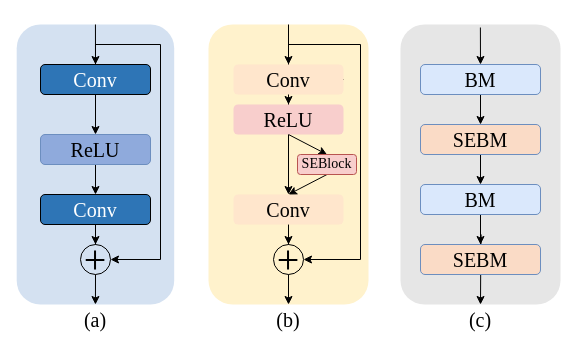
Above: 锁.drawio in ZhangHaoyang493/pansharpening_codebook (draw.io), before the change. Source tidied: cells renumbered, new cells numbered last; positions are measured from the earlier drawing's top-left corner, leaving out a move shared by most shapes. Both pictures are drawn from the tidied source at 100%, with x=0, y=0 at pixel (16, 24).
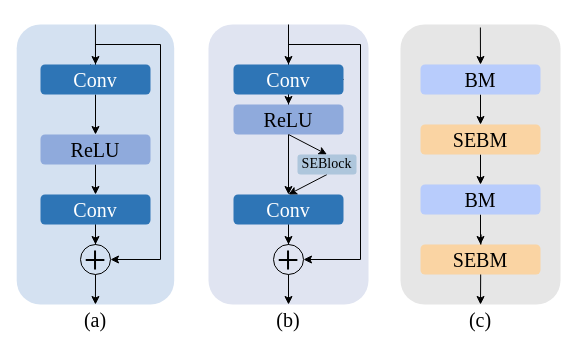
The same diagram, later.

Diff of the diagram source:
```diff
@@
-    <mxCell id="2" style="group;" parent="1" vertex="1">
-      <mxGeometry x="384" width="160" height="310" as="geometry" />
-    </mxCell>
-    <mxCell id="3" style="rounded=1;whiteSpace=wrap;html=1;fillColor=#E6E6E6;strokeColor=none;" parent="2" vertex="1">
-      <mxGeometry width="160" height="280" as="geometry" />
+    <mxCell id="3" style="rounded=1;whiteSpace=wrap;html=1;fillColor=#E6E6E6;strokeColor=none;" parent="1" vertex="1">
+      <mxGeometry x="384" width="160" height="280" as="geometry" />
     </mxCell>
-    <mxCell id="4" style="edgeStyle=orthogonalEdgeStyle;rounded=0;jettySize=auto;html=1;entryX=0.5;entryY=0;entryDx=0;entryDy=0;" parent="2" edge="1" source="5" target="9">
+    <mxCell id="4" style="edgeStyle=orthogonalEdgeStyle;rounded=0;jettySize=auto;html=1;entryX=0.5;entryY=0;entryDx=0;entryDy=0;" parent="1" edge="1" source="5" target="9">
       <mxGeometry relative="1" as="geometry" />
     </mxCell>
-    <mxCell id="5" value="&lt;font style=&quot;font-size: 20px;&quot; face=&quot;Times New Roman&quot;&gt;BM&lt;/font&gt;" style="rounded=1;whiteSpace=wrap;html=1;fillColor=#dae8fc;strokeColor=#6c8ebf;flipV=1;" parent="2" vertex="1">
-      <mxGeometry x="20" y="40" width="120" height="30" as="geometry" />
+    <mxCell id="5" value="&lt;font style=&quot;font-size: 20px;&quot; face=&quot;Times New Roman&quot;&gt;BM&lt;/font&gt;" style="rounded=1;whiteSpace=wrap;html=1;fillColor=#B8CCFC;strokeColor=none;flipV=1;" parent="1" vertex="1">
+      <mxGeometry x="404" y="40" width="120" height="30" as="geometry" />
     </mxCell>
-    <mxCell id="6" style="edgeStyle=orthogonalEdgeStyle;rounded=0;jettySize=auto;html=1;entryX=0.5;entryY=0;entryDx=0;entryDy=0;" parent="2" edge="1" source="7" target="11">
+    <mxCell id="6" style="edgeStyle=orthogonalEdgeStyle;rounded=0;jettySize=auto;html=1;entryX=0.5;entryY=0;entryDx=0;entryDy=0;" parent="1" edge="1" source="7" target="11">
       <mxGeometry relative="1" as="geometry" />
     </mxCell>
-    <mxCell id="7" value="&lt;font style=&quot;font-size: 20px;&quot; face=&quot;Times New Roman&quot;&gt;BM&lt;/font&gt;" style="rounded=1;whiteSpace=wrap;html=1;fontSize=20;fillColor=#dae8fc;strokeColor=#6c8ebf;flipV=1;" parent="2" vertex="1">
-      <mxGeometry x="20" y="160" width="120" height="30" as="geometry" />
+    <mxCell id="7" value="&lt;font style=&quot;font-size: 20px;&quot; face=&quot;Times New Roman&quot;&gt;BM&lt;/font&gt;" style="rounded=1;whiteSpace=wrap;html=1;fontSize=20;fillColor=#B8CCFC;strokeColor=none;flipV=1;" parent="1" vertex="1">
+      <mxGeometry x="404" y="160" width="120" height="30" as="geometry" />
     </mxCell>
-    <mxCell id="8" style="edgeStyle=orthogonalEdgeStyle;rounded=0;jettySize=auto;html=1;entryX=0.5;entryY=0;entryDx=0;entryDy=0;" parent="2" edge="1" source="9" target="7">
+    <mxCell id="8" style="edgeStyle=orthogonalEdgeStyle;rounded=0;jettySize=auto;html=1;entryX=0.5;entryY=0;entryDx=0;entryDy=0;" parent="1" edge="1" source="9" target="7">
       <mxGeometry relative="1" as="geometry" />
     </mxCell>
-    <mxCell id="9" value="&lt;font style=&quot;font-size: 20px;&quot; face=&quot;Times New Roman&quot;&gt;SEBM&lt;/font&gt;" style="rounded=1;whiteSpace=wrap;html=1;fillColor=#fadbc6;strokeColor=#6c8ebf;flipV=1;" parent="2" vertex="1">
-      <mxGeometry x="20" y="100" width="120" height="30" as="geometry" />
+    <mxCell id="9" value="&lt;font style=&quot;font-size: 20px;&quot; face=&quot;Times New Roman&quot;&gt;SEBM&lt;/font&gt;" style="rounded=1;whiteSpace=wrap;html=1;fillColor=#FAD4A3;strokeColor=none;flipV=1;" parent="1" vertex="1">
+      <mxGeometry x="404" y="100" width="120" height="30" as="geometry" />
     </mxCell>
-    <mxCell id="10" style="edgeStyle=orthogonalEdgeStyle;rounded=0;jettySize=auto;html=1;entryX=0.5;entryY=1;entryDx=0;entryDy=0;" parent="2" edge="1" target="3">
+    <mxCell id="10" style="edgeStyle=orthogonalEdgeStyle;rounded=0;jettySize=auto;html=1;entryX=0.5;entryY=1;entryDx=0;entryDy=0;" parent="1" edge="1" target="3">
       <mxGeometry relative="1" as="geometry">
-        <mxPoint x="79.9" y="230" as="sourcePoint" />
+        <mxPoint x="463.9" y="230" as="sourcePoint" />
       </mxGeometry>
     </mxCell>
-    <mxCell id="11" value="&lt;font style=&quot;font-size: 20px;&quot; face=&quot;Times New Roman&quot;&gt;SEBM&lt;/font&gt;" style="rounded=1;whiteSpace=wrap;html=1;fillColor=#fadbc6;strokeColor=#6c8ebf;flipV=1;" parent="2" vertex="1">
-      <mxGeometry x="20" y="220" width="120" height="30" as="geometry" />
+    <mxCell id="11" value="&lt;font style=&quot;font-size: 20px;&quot; face=&quot;Times New Roman&quot;&gt;SEBM&lt;/font&gt;" style="rounded=1;whiteSpace=wrap;html=1;fillColor=#FAD4A3;strokeColor=none;flipV=1;" parent="1" vertex="1">
+      <mxGeometry x="404" y="220" width="120" height="30" as="geometry" />
     </mxCell>
-    <mxCell id="12" style="edgeStyle=orthogonalEdgeStyle;rounded=0;jettySize=auto;html=1;entryX=0.5;entryY=0;entryDx=0;entryDy=0;" parent="2" edge="1" target="5">
+    <mxCell id="12" style="edgeStyle=orthogonalEdgeStyle;rounded=0;jettySize=auto;html=1;entryX=0.5;entryY=0;entryDx=0;entryDy=0;" parent="1" edge="1" target="5">
       <mxGeometry relative="1" as="geometry">
-        <mxPoint x="79.9" y="3" as="sourcePoint" />
+        <mxPoint x="463.9" y="3" as="sourcePoint" />
       </mxGeometry>
     </mxCell>
-    <mxCell id="13" value="&lt;font face=&quot;Times New Roman&quot;&gt;&lt;span style=&quot;font-size: 20px;&quot;&gt;(c)&lt;/span&gt;&lt;/font&gt;" style="text;html=1;align=center;verticalAlign=middle;whiteSpace=wrap;rounded=0;" parent="2" vertex="1">
-      <mxGeometry x="50" y="280" width="60" height="30" as="geometry" />
+    <mxCell id="13" value="&lt;font face=&quot;Times New Roman&quot;&gt;&lt;span style=&quot;font-size: 20px;&quot;&gt;(c)&lt;/span&gt;&lt;/font&gt;" style="text;html=1;align=center;verticalAlign=middle;whiteSpace=wrap;rounded=0;" parent="1" vertex="1">
+      <mxGeometry x="434" y="280" width="60" height="30" as="geometry" />
     </mxCell>
-    <mxCell id="14" style="group;" parent="1" vertex="1">
-      <mxGeometry x="192" width="160" height="310" as="geometry" />
-    </mxCell>
+    <mxCell id="31" style="rounded=1;whiteSpace=wrap;html=1;fillColor=#D4E1F1;strokeColor=none;" parent="1" vertex="1">
+      <mxGeometry x="0.2" width="157.5" height="280" as="geometry" />
+    </mxCell>
+    <mxCell id="32" style="edgeStyle=orthogonalEdgeStyle;rounded=0;jettySize=auto;html=1;entryX=0.5;entryY=0;entryDx=0;entryDy=0;" parent="1" edge="1" source="34" target="38">
+      <mxGeometry relative="1" as="geometry" />
+    </mxCell>
+    <mxCell id="33" style="edgeStyle=orthogonalEdgeStyle;rounded=0;jettySize=auto;html=1;entryX=1;entryY=0.5;entryDx=0;entryDy=0;" parent="1" edge="1" target="39">
+      <mxGeometry relative="1" as="geometry">
+        <mxPoint x="74" y="40" as="sourcePoint" />
+        <Array as="points">
+          <mxPoint x="79" y="65" />
+          <mxPoint x="79" y="20" />
+          <mxPoint x="144" y="20" />
+          <mxPoint x="144" y="235" />
+        </Array>
+      </mxGeometry>
+    </mxCell>
+    <mxCell id="34" value="&lt;font color=&quot;#ffffff&quot; style=&quot;font-size: 20px;&quot; face=&quot;Times New Roman&quot;&gt;Conv&lt;/font&gt;" style="rounded=1;whiteSpace=wrap;html=1;fillColor=#2E75B6;strokeColor=none;" parent="1" vertex="1">
+      <mxGeometry x="24" y="40" width="110" height="30" as="geometry" />
+    </mxCell>
+    <mxCell id="35" style="edgeStyle=orthogonalEdgeStyle;rounded=0;jettySize=auto;html=1;entryX=0.5;entryY=0;entryDx=0;entryDy=0;" parent="1" edge="1" source="36" target="39">
+      <mxGeometry relative="1" as="geometry" />
+    </mxCell>
+    <mxCell id="36" value="&lt;font color=&quot;#ffffff&quot; style=&quot;font-size: 20px;&quot; face=&quot;Times New Roman&quot;&gt;Conv&lt;/font&gt;" style="rounded=1;whiteSpace=wrap;html=1;fontSize=20;fillColor=#2E75B6;strokeColor=none;" parent="1" vertex="1">
+      <mxGeometry x="24" y="170" width="110" height="30" as="geometry" />
+    </mxCell>
+    <mxCell id="37" style="edgeStyle=orthogonalEdgeStyle;rounded=0;jettySize=auto;html=1;entryX=0.5;entryY=0;entryDx=0;entryDy=0;" parent="1" edge="1" source="38" target="36">
+      <mxGeometry relative="1" as="geometry" />
+    </mxCell>
+    <mxCell id="38" value="&lt;font style=&quot;font-size: 20px;&quot; face=&quot;Times New Roman&quot;&gt;ReLU&lt;/font&gt;" style="rounded=1;whiteSpace=wrap;html=1;fillColor=#8FAADC;strokeColor=none;" parent="1" vertex="1">
+      <mxGeometry x="24" y="110" width="110" height="30" as="geometry" />
+    </mxCell>
+    <mxCell id="39" value="&lt;font face=&quot;Times New Roman&quot; style=&quot;font-size: 40px;&quot;&gt;+&lt;/font&gt;" style="ellipse;whiteSpace=wrap;html=1;fillColor=none;" parent="1" vertex="1">
+      <mxGeometry x="64" y="220" width="30" height="30" as="geometry" />
+    </mxCell>
+    <mxCell id="40" style="endArrow=classic;html=1;rounded=0;exitX=0.5;exitY=0;exitDx=0;exitDy=0;entryX=0.5;entryY=0;entryDx=0;entryDy=0;" parent="1" edge="1" source="31" target="34">
+      <mxGeometry relative="1" as="geometry" />
+    </mxCell>
+    <mxCell id="41" style="endArrow=classic;html=1;rounded=0;exitX=0.5;exitY=1;exitDx=0;exitDy=0;entryX=0.5;entryY=1;entryDx=0;entryDy=0;" parent="1" edge="1" source="39" target="31">
+      <mxGeometry relative="1" as="geometry" />
+    </mxCell>
+    <mxCell id="42" value="&lt;font face=&quot;Times New Roman&quot;&gt;&lt;span style=&quot;font-size: 20px;&quot;&gt;(a)&lt;/span&gt;&lt;/font&gt;" style="text;html=1;align=center;verticalAlign=middle;whiteSpace=wrap;rounded=0;" parent="1" vertex="1">
+      <mxGeometry x="49" y="280" width="60" height="30" as="geometry" />
+    </mxCell>
-    <mxCell id="15" style="rounded=1;whiteSpace=wrap;html=1;fillColor=#fff2cc;strokeColor=none;" parent="14" vertex="1">
-      <mxGeometry width="160" height="280" as="geometry" />
+    <mxCell id="15" style="rounded=1;whiteSpace=wrap;html=1;fillColor=#E0E4F1;strokeColor=none;" parent="1" vertex="1">
+      <mxGeometry x="192" width="160" height="280" as="geometry" />
     </mxCell>
-    <mxCell id="16" style="edgeStyle=orthogonalEdgeStyle;rounded=0;jettySize=auto;html=1;entryX=0.5;entryY=0;entryDx=0;entryDy=0;" parent="14" edge="1" source="18" target="22">
+    <mxCell id="16" style="edgeStyle=orthogonalEdgeStyle;rounded=0;jettySize=auto;html=1;entryX=0.5;entryY=0;entryDx=0;entryDy=0;" parent="1" edge="1" source="18" target="22">
       <mxGeometry relative="1" as="geometry" />
     </mxCell>
-    <mxCell id="17" style="edgeStyle=orthogonalEdgeStyle;rounded=0;jettySize=auto;html=1;exitX=1;exitY=0.5;exitDx=0;exitDy=0;entryX=1;entryY=0.5;entryDx=0;entryDy=0;" parent="14" edge="1" source="18" target="23">
+    <mxCell id="17" style="edgeStyle=orthogonalEdgeStyle;rounded=0;jettySize=auto;html=1;exitX=1;exitY=0.5;exitDx=0;exitDy=0;entryX=1;entryY=0.5;entryDx=0;entryDy=0;" parent="1" edge="1" source="18" target="23">
       <mxGeometry relative="1" as="geometry">
         <Array as="points">
-          <mxPoint x="80" y="55" />
-          <mxPoint x="80" y="20" />
-          <mxPoint x="152" y="20" />
-          <mxPoint x="152" y="235" />
+          <mxPoint x="272" y="55" />
+          <mxPoint x="272" y="20" />
+          <mxPoint x="344" y="20" />
+          <mxPoint x="344" y="235" />
         </Array>
       </mxGeometry>
     </mxCell>
-    <mxCell id="18" value="&lt;font style=&quot;font-size: 20px;&quot; face=&quot;Times New Roman&quot;&gt;Conv&lt;/font&gt;" style="rounded=1;whiteSpace=wrap;html=1;fillColor=#ffe6cc;strokeColor=none;" parent="14" vertex="1">
-      <mxGeometry x="25" y="40" width="110" height="30" as="geometry" />
+    <mxCell id="18" value="&lt;font color=&quot;#ffffff&quot; style=&quot;font-size: 20px;&quot; face=&quot;Times New Roman&quot;&gt;Conv&lt;/font&gt;" style="rounded=1;whiteSpace=wrap;html=1;fillColor=#2E75B6;strokeColor=none;" parent="1" vertex="1">
+      <mxGeometry x="217" y="40" width="110" height="30" as="geometry" />
     </mxCell>
-    <mxCell id="19" style="edgeStyle=orthogonalEdgeStyle;rounded=0;jettySize=auto;html=1;entryX=0.5;entryY=0;entryDx=0;entryDy=0;" parent="14" edge="1" source="20" target="23">
+    <mxCell id="19" style="edgeStyle=orthogonalEdgeStyle;rounded=0;jettySize=auto;html=1;entryX=0.5;entryY=0;entryDx=0;entryDy=0;" parent="1" edge="1" source="20" target="23">
       <mxGeometry relative="1" as="geometry" />
     </mxCell>
-    <mxCell id="20" value="&lt;font style=&quot;font-size: 20px;&quot; face=&quot;Times New Roman&quot;&gt;Conv&lt;/font&gt;" style="rounded=1;whiteSpace=wrap;html=1;fontSize=20;fillColor=#ffe6cc;strokeColor=none;" parent="14" vertex="1">
-      <mxGeometry x="25" y="170" width="110" height="30" as="geometry" />
+    <mxCell id="20" value="&lt;font color=&quot;#ffffff&quot; style=&quot;font-size: 20px;&quot; face=&quot;Times New Roman&quot;&gt;Conv&lt;/font&gt;" style="rounded=1;whiteSpace=wrap;html=1;fontSize=20;fillColor=#2E75B6;strokeColor=none;" parent="1" vertex="1">
+      <mxGeometry x="217" y="170" width="110" height="30" as="geometry" />
     </mxCell>
-    <mxCell id="21" style="edgeStyle=orthogonalEdgeStyle;rounded=0;jettySize=auto;html=1;entryX=0.5;entryY=0;entryDx=0;entryDy=0;" parent="14" edge="1" source="22" target="20">
+    <mxCell id="21" style="edgeStyle=orthogonalEdgeStyle;rounded=0;jettySize=auto;html=1;entryX=0.5;entryY=0;entryDx=0;entryDy=0;" parent="1" edge="1" source="22" target="20">
       <mxGeometry relative="1" as="geometry" />
     </mxCell>
-    <mxCell id="22" value="&lt;font style=&quot;font-size: 20px;&quot; face=&quot;Times New Roman&quot;&gt;ReLU&lt;/font&gt;" style="rounded=1;whiteSpace=wrap;html=1;fillColor=#f8cecc;strokeColor=none;" parent="14" vertex="1">
-      <mxGeometry x="25" y="80" width="110" height="30" as="geometry" />
+    <mxCell id="22" value="&lt;font style=&quot;font-size: 20px;&quot; face=&quot;Times New Roman&quot;&gt;ReLU&lt;/font&gt;" style="rounded=1;whiteSpace=wrap;html=1;fillColor=#8FAADC;strokeColor=none;" parent="1" vertex="1">
+      <mxGeometry x="217" y="80" width="110" height="30" as="geometry" />
     </mxCell>
-    <mxCell id="23" value="&lt;font face=&quot;Times New Roman&quot; style=&quot;font-size: 40px;&quot;&gt;+&lt;/font&gt;" style="ellipse;whiteSpace=wrap;html=1;fillColor=none;" parent="14" vertex="1">
-      <mxGeometry x="65" y="220" width="30" height="30" as="geometry" />
+    <mxCell id="23" value="&lt;font face=&quot;Times New Roman&quot; style=&quot;font-size: 40px;&quot;&gt;+&lt;/font&gt;" style="ellipse;whiteSpace=wrap;html=1;fillColor=none;" parent="1" vertex="1">
+      <mxGeometry x="257" y="220" width="30" height="30" as="geometry" />
     </mxCell>
-    <mxCell id="24" style="endArrow=classic;html=1;rounded=0;entryX=0.5;entryY=0;entryDx=0;entryDy=0;" parent="14" edge="1" target="26">
+    <mxCell id="24" style="endArrow=classic;html=1;rounded=0;entryX=0.5;entryY=0;entryDx=0;entryDy=0;" parent="1" edge="1" target="26">
       <mxGeometry relative="1" as="geometry">
-        <mxPoint x="80" y="110" as="sourcePoint" />
+        <mxPoint x="272" y="110" as="sourcePoint" />
       </mxGeometry>
     </mxCell>
-    <mxCell id="25" style="endArrow=classic;html=1;rounded=0;entryX=0.5;entryY=0;entryDx=0;entryDy=0;exitX=0.5;exitY=1;exitDx=0;exitDy=0;" parent="14" edge="1" source="26" target="20">
+    <mxCell id="25" style="endArrow=classic;html=1;rounded=0;entryX=0.5;entryY=0;entryDx=0;entryDy=0;exitX=0.5;exitY=1;exitDx=0;exitDy=0;" parent="1" edge="1" source="26" target="20">
       <mxGeometry relative="1" as="geometry" />
     </mxCell>
-    <mxCell id="26" value="&lt;font style=&quot;font-size: 14px;&quot; face=&quot;Times New Roman&quot;&gt;SEBlock&lt;/font&gt;" style="rounded=1;whiteSpace=wrap;html=1;fillColor=#f8cecc;strokeColor=#b85450;" parent="14" vertex="1">
-      <mxGeometry x="89" y="130" width="59" height="20" as="geometry" />
+    <mxCell id="26" value="&lt;font style=&quot;font-size: 14px;&quot; face=&quot;Times New Roman&quot;&gt;SEBlock&lt;/font&gt;" style="rounded=1;whiteSpace=wrap;html=1;fillColor=#AEC6DC;strokeColor=none;" parent="1" vertex="1">
+      <mxGeometry x="281" y="130" width="59" height="20" as="geometry" />
     </mxCell>
-    <mxCell id="27" style="endArrow=classic;html=1;rounded=0;entryX=0.5;entryY=1;entryDx=0;entryDy=0;exitX=0.5;exitY=1;exitDx=0;exitDy=0;" parent="14" edge="1" source="23" target="15">
+    <mxCell id="27" style="endArrow=classic;html=1;rounded=0;entryX=0.5;entryY=1;entryDx=0;entryDy=0;exitX=0.5;exitY=1;exitDx=0;exitDy=0;" parent="1" edge="1" source="23" target="15">
       <mxGeometry relative="1" as="geometry" />
     </mxCell>
-    <mxCell id="28" style="endArrow=classic;html=1;rounded=0;exitX=0.5;exitY=0;exitDx=0;exitDy=0;entryX=0.5;entryY=0;entryDx=0;entryDy=0;" parent="14" edge="1" source="15" target="18">
+    <mxCell id="28" style="endArrow=classic;html=1;rounded=0;exitX=0.5;exitY=0;exitDx=0;exitDy=0;entryX=0.5;entryY=0;entryDx=0;entryDy=0;" parent="1" edge="1" source="15" target="18">
       <mxGeometry relative="1" as="geometry" />
     </mxCell>
-    <mxCell id="29" value="&lt;font face=&quot;Times New Roman&quot;&gt;&lt;span style=&quot;font-size: 20px;&quot;&gt;(b)&lt;/span&gt;&lt;/font&gt;" style="text;html=1;align=center;verticalAlign=middle;whiteSpace=wrap;rounded=0;" parent="14" vertex="1">
-      <mxGeometry x="50" y="280" width="60" height="30" as="geometry" />
+    <mxCell id="29" value="&lt;font face=&quot;Times New Roman&quot;&gt;&lt;span style=&quot;font-size: 20px;&quot;&gt;(b)&lt;/span&gt;&lt;/font&gt;" style="text;html=1;align=center;verticalAlign=middle;whiteSpace=wrap;rounded=0;" parent="1" vertex="1">
+      <mxGeometry x="242" y="280" width="60" height="30" as="geometry" />
     </mxCell>
-    <mxCell id="30" style="group;" parent="1" vertex="1">
-      <mxGeometry x="0.2" width="157.5" height="310" as="geometry" />
-    </mxCell>
-    <mxCell id="31" style="rounded=1;whiteSpace=wrap;html=1;fillColor=#D4e1f1;strokeColor=none;" parent="30" vertex="1">
-      <mxGeometry width="157.5" height="280" as="geometry" />
-    </mxCell>
-    <mxCell id="32" style="edgeStyle=orthogonalEdgeStyle;rounded=0;jettySize=auto;html=1;entryX=0.5;entryY=0;entryDx=0;entryDy=0;" parent="30" edge="1" source="34" target="38">
-      <mxGeometry relative="1" as="geometry" />
-    </mxCell>
-    <mxCell id="33" style="edgeStyle=orthogonalEdgeStyle;rounded=0;jettySize=auto;html=1;exitX=1;exitY=0.5;exitDx=0;exitDy=0;entryX=1;entryY=0.5;entryDx=0;entryDy=0;" parent="30" edge="1" source="34" target="39">
-      <mxGeometry relative="1" as="geometry">
-        <Array as="points">
-          <mxPoint x="78.8" y="65" />
-          <mxPoint x="78.8" y="20" />
-          <mxPoint x="143.8" y="20" />
-          <mxPoint x="143.8" y="235" />
-        </Array>
-      </mxGeometry>
-    </mxCell>
-    <mxCell id="34" value="&lt;font color=&quot;#ffffff&quot; style=&quot;font-size: 20px;&quot; face=&quot;Times New Roman&quot;&gt;Conv&lt;/font&gt;" style="rounded=1;whiteSpace=wrap;html=1;fillColor=#2e75b6;" parent="30" vertex="1">
-      <mxGeometry x="23.8" y="40" width="110" height="30" as="geometry" />
-    </mxCell>
-    <mxCell id="35" style="edgeStyle=orthogonalEdgeStyle;rounded=0;jettySize=auto;html=1;entryX=0.5;entryY=0;entryDx=0;entryDy=0;" parent="30" edge="1" source="36" target="39">
-      <mxGeometry relative="1" as="geometry" />
-    </mxCell>
-    <mxCell id="36" value="&lt;font color=&quot;#ffffff&quot; style=&quot;font-size: 20px;&quot; face=&quot;Times New Roman&quot;&gt;Conv&lt;/font&gt;" style="rounded=1;whiteSpace=wrap;html=1;fontSize=20;fillColor=#2e75b6;" parent="30" vertex="1">
-      <mxGeometry x="23.8" y="170" width="110" height="30" as="geometry" />
-    </mxCell>
-    <mxCell id="37" style="edgeStyle=orthogonalEdgeStyle;rounded=0;jettySize=auto;html=1;entryX=0.5;entryY=0;entryDx=0;entryDy=0;" parent="30" edge="1" source="38" target="36">
-      <mxGeometry relative="1" as="geometry" />
-    </mxCell>
-    <mxCell id="38" value="&lt;font style=&quot;font-size: 20px;&quot; face=&quot;Times New Roman&quot;&gt;ReLU&lt;/font&gt;" style="rounded=1;whiteSpace=wrap;html=1;fillColor=#8faadc;strokeColor=#6c8ebf;" parent="30" vertex="1">
-      <mxGeometry x="23.8" y="110" width="110" height="30" as="geometry" />
-    </mxCell>
-    <mxCell id="39" value="&lt;font face=&quot;Times New Roman&quot; style=&quot;font-size: 40px;&quot;&gt;+&lt;/font&gt;" style="ellipse;whiteSpace=wrap;html=1;fillColor=none;" parent="30" vertex="1">
-      <mxGeometry x="63.8" y="220" width="30" height="30" as="geometry" />
-    </mxCell>
-    <mxCell id="40" style="endArrow=classic;html=1;rounded=0;exitX=0.5;exitY=0;exitDx=0;exitDy=0;entryX=0.5;entryY=0;entryDx=0;entryDy=0;" parent="30" edge="1" source="31" target="34">
-      <mxGeometry relative="1" as="geometry" />
-    </mxCell>
-    <mxCell id="41" style="endArrow=classic;html=1;rounded=0;exitX=0.5;exitY=1;exitDx=0;exitDy=0;entryX=0.5;entryY=1;entryDx=0;entryDy=0;" parent="30" edge="1" source="39" target="31">
-      <mxGeometry relative="1" as="geometry" />
-    </mxCell>
-    <mxCell id="42" value="&lt;font face=&quot;Times New Roman&quot;&gt;&lt;span style=&quot;font-size: 20px;&quot;&gt;(a)&lt;/span&gt;&lt;/font&gt;" style="text;html=1;align=center;verticalAlign=middle;whiteSpace=wrap;rounded=0;" parent="30" vertex="1">
-      <mxGeometry x="48.8" y="280" width="60" height="30" as="geometry" />
-    </mxCell>
```
